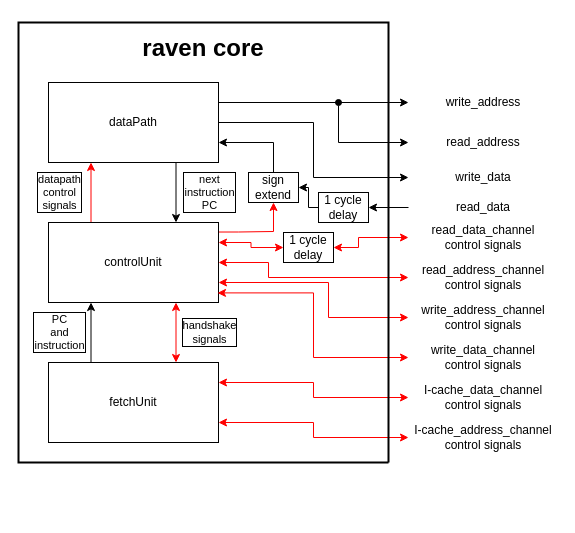
Earlier version of the draw.io diagram page "raven_core" (3 of 4) of raven_core/block_diagrum/raven_core_block_diagrum.drawio (Kaveesha-98/065-538-720-GNC). Source tidied: cells renumbered, new cells numbered last; positions are measured from the earlier drawing's top-left corner, leaving out a move shared by most shapes. Both pictures are drawn from the tidied source at 100%, with x=0, y=0 at pixel (18, 22).
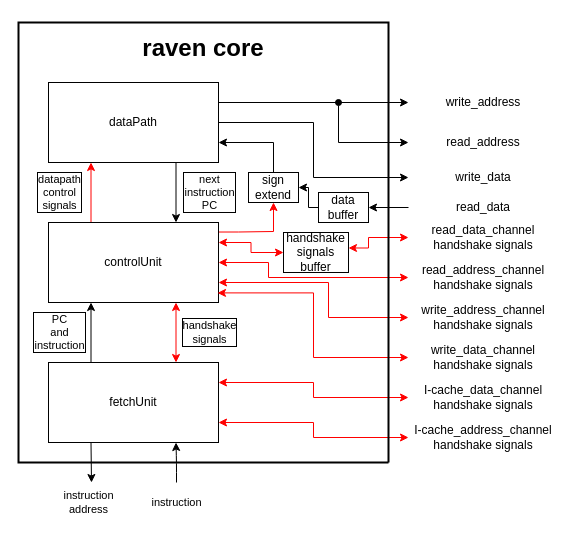
The same page after the edit.

Commit message (it also covers changes not shown here):
test instruction generator

Unchanged cells that the change refers to:
```xml
<mxCell id="12" value="fetchUnit" style="rounded=0;whiteSpace=wrap;html=1;" parent="1" vertex="1">
  <mxGeometry x="30" y="340" width="170" height="80" as="geometry" />
</mxCell>
```

Change to the diagram source:
```diff
@@
+    <mxCell id="38" style="edgeStyle=none;html=1;exitX=0.25;exitY=1;exitDx=0;exitDy=0;" parent="1" edge="1" source="12">
+      <mxGeometry relative="1" as="geometry">
+        <mxPoint x="73" y="460" as="targetPoint" />
+      </mxGeometry>
+    </mxCell>
+    <mxCell id="39" value="instruction&lt;br&gt;address" style="edgeLabel;html=1;align=center;verticalAlign=middle;" parent="38" vertex="1">
+      <mxGeometry x="0.5" y="2" relative="1" as="geometry">
+        <mxPoint x="-5" y="30" as="offset" />
+      </mxGeometry>
+    </mxCell>
+    <mxCell id="40" value="instruction" style="edgeStyle=none;html=1;exitX=0.75;exitY=1;exitDx=0;exitDy=0;startArrow=classic;startFill=1;endArrow=none;endFill=0;" parent="1" edge="1" source="12">
+      <mxGeometry x="1" y="20" relative="1" as="geometry">
+        <mxPoint x="158" y="460" as="targetPoint" />
+        <Array as="points">
+          <mxPoint x="158" y="440" />
+        </Array>
+        <mxPoint x="-20" y="20" as="offset" />
+      </mxGeometry>
+    </mxCell>
@@
-    <mxCell id="20" value="1 cycle delay" style="rounded=0;whiteSpace=wrap;html=1;" parent="1" vertex="1">
+    <mxCell id="20" value="data buffer" style="rounded=0;whiteSpace=wrap;html=1;" parent="1" vertex="1">
       <mxGeometry x="300" y="170" width="50" height="30" as="geometry" />
     </mxCell>
@@
-    <mxCell id="24" value="read_data_channel&lt;br&gt;control signals" style="text;html=1;strokeColor=none;fillColor=none;align=center;verticalAlign=middle;whiteSpace=wrap;rounded=0;" parent="1" vertex="1">
+    <mxCell id="24" value="read_data_channel&lt;br&gt;handshake signals" style="text;html=1;strokeColor=none;fillColor=none;align=center;verticalAlign=middle;whiteSpace=wrap;rounded=0;" parent="1" vertex="1">
       <mxGeometry x="390" y="200" width="150" height="30" as="geometry" />
     </mxCell>
-    <mxCell id="25" style="edgeStyle=orthogonalEdgeStyle;rounded=0;jettySize=auto;html=1;exitX=1;exitY=0.5;exitDx=0;exitDy=0;entryX=0;entryY=0.5;entryDx=0;entryDy=0;labelBorderColor=default;startArrow=classic;startFill=1;strokeColor=#FF0000;" parent="1" edge="1" source="26" target="24">
+    <mxCell id="25" style="edgeStyle=orthogonalEdgeStyle;rounded=0;jettySize=auto;html=1;exitX=1;exitY=0.387;exitDx=0;exitDy=0;entryX=0;entryY=0.5;entryDx=0;entryDy=0;labelBorderColor=default;startArrow=classic;startFill=1;strokeColor=#FF0000;exitPerimeter=0;" parent="1" edge="1" source="26" target="24">
       <mxGeometry relative="1" as="geometry">
         <Array as="points">
-          <mxPoint x="340" y="225" />
-          <mxPoint x="340" y="215" />
+          <mxPoint x="350" y="226" />
+          <mxPoint x="350" y="215" />
         </Array>
       </mxGeometry>
     </mxCell>
-    <mxCell id="26" value="1 cycle delay" style="rounded=0;whiteSpace=wrap;html=1;" parent="1" vertex="1">
-      <mxGeometry x="265" y="210" width="50" height="30" as="geometry" />
+    <mxCell id="26" value="handshake&lt;br&gt;signals&lt;br&gt;buffer" style="rounded=0;whiteSpace=wrap;html=1;" parent="1" vertex="1">
+      <mxGeometry x="265" y="210" width="65" height="40" as="geometry" />
     </mxCell>
@@
-    <mxCell id="28" value="read_address_channel&lt;br&gt;control signals" style="text;html=1;strokeColor=none;fillColor=none;align=center;verticalAlign=middle;whiteSpace=wrap;rounded=0;" parent="1" vertex="1">
+    <mxCell id="28" value="read_address_channel&lt;br&gt;handshake signals" style="text;html=1;strokeColor=none;fillColor=none;align=center;verticalAlign=middle;whiteSpace=wrap;rounded=0;" parent="1" vertex="1">
       <mxGeometry x="390" y="240" width="150" height="30" as="geometry" />
     </mxCell>
@@
-    <mxCell id="30" value="write_address_channel&lt;br&gt;control signals" style="text;html=1;strokeColor=none;fillColor=none;align=center;verticalAlign=middle;whiteSpace=wrap;rounded=0;" parent="1" vertex="1">
+    <mxCell id="30" value="write_address_channel&lt;br&gt;handshake signals" style="text;html=1;strokeColor=none;fillColor=none;align=center;verticalAlign=middle;whiteSpace=wrap;rounded=0;" parent="1" vertex="1">
       <mxGeometry x="390" y="280" width="150" height="30" as="geometry" />
     </mxCell>
@@
-    <mxCell id="32" value="write_data_channel&lt;br&gt;control signals" style="text;html=1;strokeColor=none;fillColor=none;align=center;verticalAlign=middle;whiteSpace=wrap;rounded=0;" parent="1" vertex="1">
+    <mxCell id="32" value="write_data_channel&lt;br&gt;handshake signals" style="text;html=1;strokeColor=none;fillColor=none;align=center;verticalAlign=middle;whiteSpace=wrap;rounded=0;" parent="1" vertex="1">
       <mxGeometry x="390" y="320" width="150" height="30" as="geometry" />
     </mxCell>
-    <mxCell id="33" value="I-cache_data_channel&lt;br&gt;control signals" style="text;html=1;strokeColor=none;fillColor=none;align=center;verticalAlign=middle;whiteSpace=wrap;rounded=0;" parent="1" vertex="1">
+    <mxCell id="33" value="I-cache_data_channel&lt;br&gt;handshake signals" style="text;html=1;strokeColor=none;fillColor=none;align=center;verticalAlign=middle;whiteSpace=wrap;rounded=0;" parent="1" vertex="1">
       <mxGeometry x="390" y="360" width="150" height="30" as="geometry" />
     </mxCell>
@@
-    <mxCell id="35" value="I-cache_address_channel&lt;br&gt;control signals" style="text;html=1;strokeColor=none;fillColor=none;align=center;verticalAlign=middle;whiteSpace=wrap;rounded=0;" parent="1" vertex="1">
+    <mxCell id="35" value="I-cache_address_channel&lt;br&gt;handshake signals" style="text;html=1;strokeColor=none;fillColor=none;align=center;verticalAlign=middle;whiteSpace=wrap;rounded=0;" parent="1" vertex="1">
       <mxGeometry x="390" y="400" width="150" height="30" as="geometry" />
     </mxCell>
```
